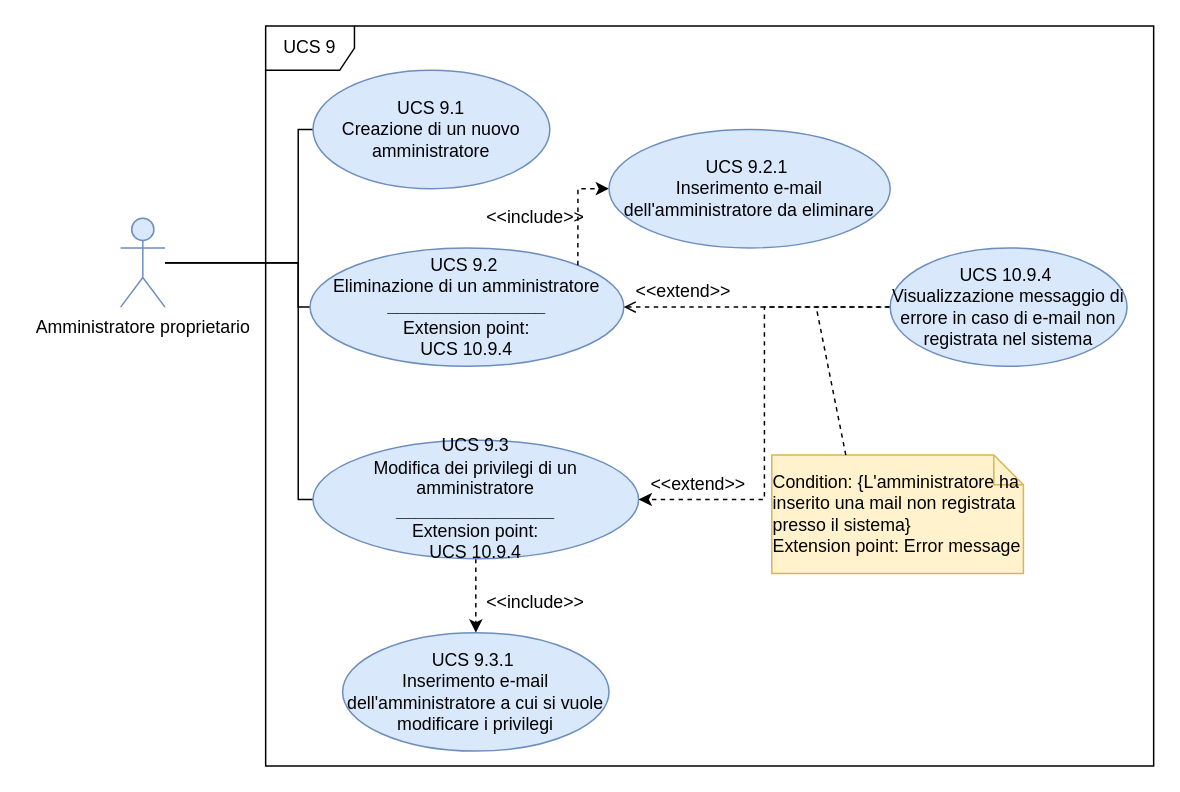
The draw.io diagram page "Page-3" (3 of 3) of DocumentazioneEsterna/AnalisiDeiRequisiti/Sezioni/UseCase/draw.io/UC SERVER/Panoramica UCS9.drawio in qb-team/Stalker-Documentazione, before the edit. Source tidied: cells renumbered, new cells numbered last; positions are measured from the earlier drawing's top-left corner, leaving out a move shared by most shapes. Both pictures are drawn from the tidied source at 148%, with x=0, y=0 at pixel (120, 25).
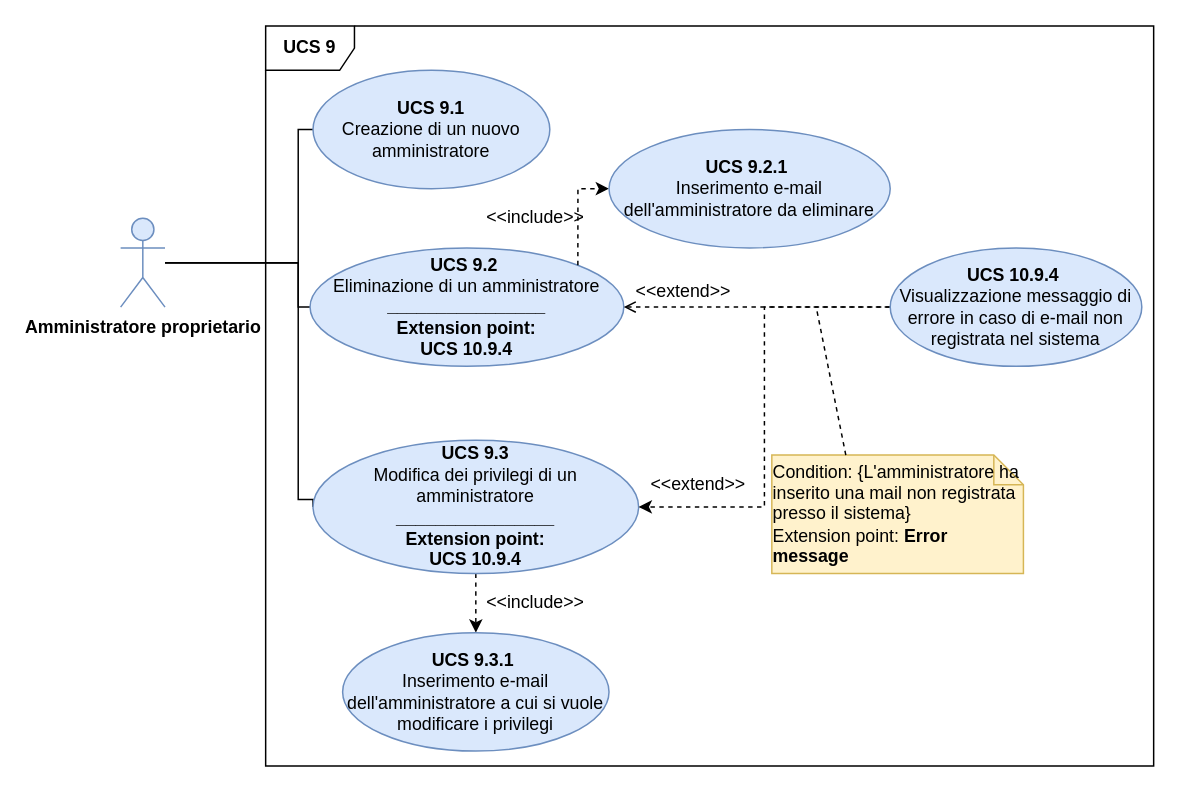
The same diagram, later.

The edit, as a diff of the source:
```diff
@@
-    <mxCell id="5" value="&lt;font color=&quot;#000000&quot;&gt;Amministratore proprietario&lt;/font&gt;" style="shape=umlActor;verticalLabelPosition=bottom;labelBackgroundColor=#ffffff;verticalAlign=top;html=1;outlineConnect=0;fillColor=#dae8fc;strokeColor=#6c8ebf;" parent="1" vertex="1">
+    <mxCell id="5" value="&lt;font color=&quot;#000000&quot;&gt;&lt;b&gt;Amministratore proprietario&lt;/b&gt;&lt;/font&gt;" style="shape=umlActor;verticalLabelPosition=bottom;labelBackgroundColor=#ffffff;verticalAlign=top;html=1;outlineConnect=0;fillColor=#dae8fc;strokeColor=#6c8ebf;" parent="1" vertex="1">
       <mxGeometry y="130" width="30" height="60" as="geometry" />
     </mxCell>
@@
-    <mxCell id="7" value="UCS 9" style="shape=umlFrame;whiteSpace=wrap;html=1;" parent="1" vertex="1">
+    <mxCell id="7" value="&lt;b&gt;UCS 9&lt;/b&gt;" style="shape=umlFrame;whiteSpace=wrap;html=1;" parent="1" vertex="1">
       <mxGeometry x="98" width="600" height="500" as="geometry" />
     </mxCell>
@@
-    <mxCell id="9" value="UCS 9.3&lt;br&gt;Modifica dei privilegi di un amministratore&lt;br&gt;&lt;b&gt;________________&lt;br&gt;&lt;/b&gt;Extension point:&lt;br&gt;UCS 10.9.4" style="ellipse;whiteSpace=wrap;html=1;fillColor=#dae8fc;strokeColor=#6c8ebf;" parent="1" vertex="1">
-      <mxGeometry x="130" y="280" width="220" height="80" as="geometry" />
+    <mxCell id="9" value="&lt;b&gt;UCS 9.3&lt;br&gt;&lt;/b&gt;Modifica dei privilegi di un amministratore&lt;br&gt;&lt;b&gt;________________&lt;br&gt;Extension point:&lt;br&gt;UCS 10.9.4&lt;/b&gt;" style="ellipse;whiteSpace=wrap;html=1;fillColor=#dae8fc;strokeColor=#6c8ebf;" parent="1" vertex="1">
+      <mxGeometry x="130" y="280" width="220" height="90" as="geometry" />
     </mxCell>
-    <mxCell id="10" value="UCS 9.2&amp;nbsp;&lt;br&gt;Eliminazione di un amministratore&lt;br&gt;&lt;b&gt;________________&lt;br&gt;&lt;/b&gt;Extension point:&lt;br&gt;UCS 10.9.4" style="ellipse;whiteSpace=wrap;html=1;fillColor=#dae8fc;strokeColor=#6c8ebf;" parent="1" vertex="1">
+    <mxCell id="10" value="&lt;b&gt;UCS 9.2&amp;nbsp;&lt;br&gt;&lt;/b&gt;Eliminazione di un amministratore&lt;br&gt;&lt;b&gt;________________&lt;br&gt;Extension point:&lt;br&gt;UCS 10.9.4&lt;/b&gt;" style="ellipse;whiteSpace=wrap;html=1;fillColor=#dae8fc;strokeColor=#6c8ebf;" parent="1" vertex="1">
       <mxGeometry x="128" y="150" width="212" height="80" as="geometry" />
     </mxCell>
-    <mxCell id="11" value="UCS 9.1&lt;br&gt;Creazione di un nuovo amministratore" style="ellipse;whiteSpace=wrap;html=1;fillColor=#dae8fc;strokeColor=#6c8ebf;" parent="1" vertex="1">
+    <mxCell id="11" value="&lt;b&gt;UCS 9.1&lt;br&gt;&lt;/b&gt;Creazione di un nuovo amministratore" style="ellipse;whiteSpace=wrap;html=1;fillColor=#dae8fc;strokeColor=#6c8ebf;" parent="1" vertex="1">
       <mxGeometry x="130" y="30" width="160" height="80" as="geometry" />
     </mxCell>
@@
-    <mxCell id="13" value="UCS 10.9.4&amp;nbsp;&lt;br&gt;Visualizzazione messaggio di errore in caso di e-mail non registrata nel sistema" style="ellipse;whiteSpace=wrap;html=1;fillColor=#dae8fc;strokeColor=#6c8ebf;" parent="1" vertex="1">
-      <mxGeometry x="520" y="150" width="160" height="80" as="geometry" />
+    <mxCell id="13" value="&lt;b&gt;UCS 10.9.4&amp;nbsp;&lt;br&gt;&lt;/b&gt;Visualizzazione messaggio di errore in caso di e-mail non registrata nel sistema" style="ellipse;whiteSpace=wrap;html=1;fillColor=#dae8fc;strokeColor=#6c8ebf;" parent="1" vertex="1">
+      <mxGeometry x="520" y="150" width="170" height="80" as="geometry" />
     </mxCell>
@@
-    <mxCell id="18" value="&lt;div style=&quot;text-align: left&quot;&gt;&lt;span&gt;Condition: {&lt;/span&gt;&lt;span&gt;L'amministratore ha inserito una mail non registrata presso il sistema}&lt;/span&gt;&lt;/div&gt;&lt;div style=&quot;text-align: left&quot;&gt;&lt;span&gt;Extension point: Error message&lt;/span&gt;&lt;/div&gt;" style="shape=note;size=20;whiteSpace=wrap;html=1;fillColor=#fff2cc;strokeColor=#d6b656;" parent="1" vertex="1">
+    <mxCell id="18" value="&lt;div style=&quot;text-align: left&quot;&gt;&lt;span&gt;Condition: {&lt;/span&gt;&lt;span&gt;L'amministratore ha inserito una mail non registrata presso il sistema}&lt;/span&gt;&lt;/div&gt;&lt;div style=&quot;text-align: left&quot;&gt;Extension point: &lt;b&gt;Error message&lt;/b&gt;&lt;/div&gt;" style="shape=note;size=20;whiteSpace=wrap;html=1;fillColor=#fff2cc;strokeColor=#d6b656;" parent="1" vertex="1">
       <mxGeometry x="440" y="290" width="170" height="80" as="geometry" />
     </mxCell>
@@
-    <mxCell id="21" value="UCS 9.3.1&amp;nbsp;&lt;br&gt;Inserimento e-mail dell'amministratore a cui si vuole modificare i privilegi" style="ellipse;whiteSpace=wrap;html=1;fillColor=#dae8fc;strokeColor=#6c8ebf;" parent="1" vertex="1">
+    <mxCell id="21" value="&lt;b&gt;UCS 9.3.1&amp;nbsp;&lt;br&gt;&lt;/b&gt;Inserimento e-mail dell'amministratore a cui si vuole modificare i privilegi" style="ellipse;whiteSpace=wrap;html=1;fillColor=#dae8fc;strokeColor=#6c8ebf;" parent="1" vertex="1">
       <mxGeometry x="150" y="410" width="180" height="80" as="geometry" />
     </mxCell>
@@
-    <mxCell id="24" value="UCS 9.2.1&amp;nbsp;&lt;br&gt;Inserimento e-mail dell'amministratore da eliminare" style="ellipse;whiteSpace=wrap;html=1;fillColor=#dae8fc;strokeColor=#6c8ebf;" parent="1" vertex="1">
+    <mxCell id="24" value="&lt;b&gt;UCS 9.2.1&amp;nbsp;&lt;br&gt;&lt;/b&gt;Inserimento e-mail dell'amministratore da eliminare" style="ellipse;whiteSpace=wrap;html=1;fillColor=#dae8fc;strokeColor=#6c8ebf;" parent="1" vertex="1">
       <mxGeometry x="330" y="70" width="190" height="80" as="geometry" />
     </mxCell>
```
